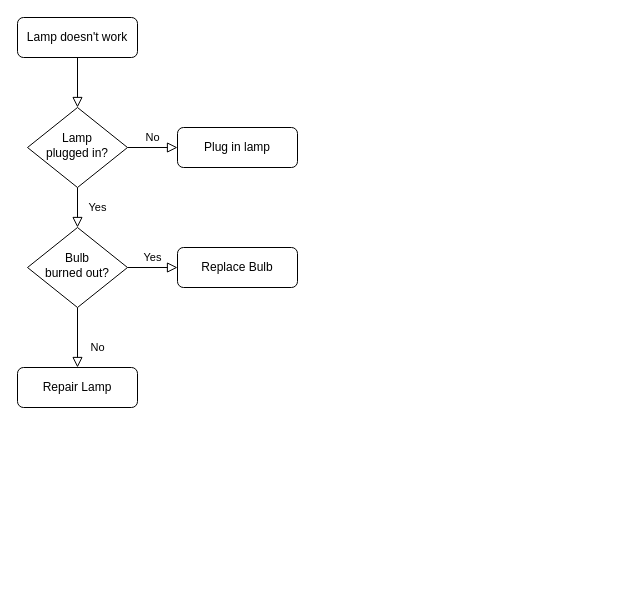
This is MujocoWk1.drawio from CJKurt/LearnMujoco, a draw.io file, before an edit. Source tidied: cells renumbered, new cells numbered last; positions are measured from the earlier drawing's top-left corner, leaving out a move shared by most shapes. Both pictures are drawn from the tidied source at 100%, with x=0, y=0 at pixel (17, 17).
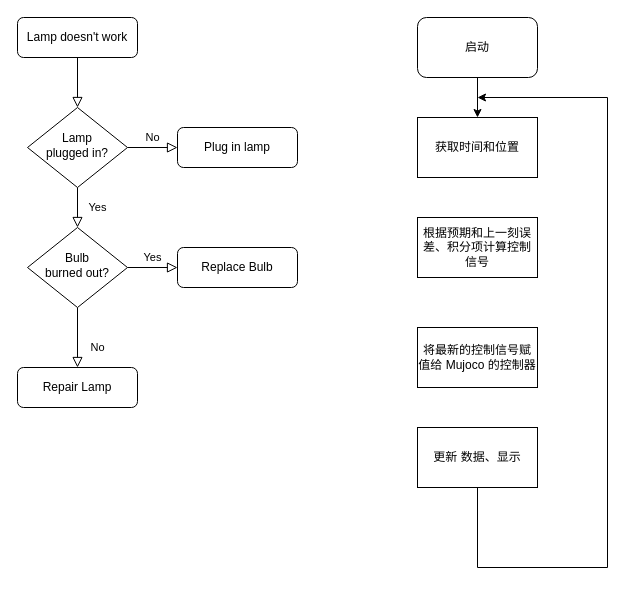
After the change.

Change to the diagram source:
```diff
@@
+    <mxCell id="13" value="获取时间和位置" style="rounded=0;whiteSpace=wrap;html=1;" parent="1" vertex="1">
+      <mxGeometry x="400" y="100" width="120" height="60" as="geometry" />
+    </mxCell>
+    <mxCell id="14" value="根据预期和上一刻误差、积分项计算控制信号" style="rounded=0;whiteSpace=wrap;html=1;" parent="1" vertex="1">
+      <mxGeometry x="400" y="200" width="120" height="60" as="geometry" />
+    </mxCell>
+    <mxCell id="15" value="将最新的控制信号赋值给 Mujoco 的控制器" style="rounded=0;whiteSpace=wrap;html=1;" parent="1" vertex="1">
+      <mxGeometry x="400" y="310" width="120" height="60" as="geometry" />
+    </mxCell>
+    <mxCell id="16" value="更新 数据、显示" style="rounded=0;whiteSpace=wrap;html=1;" parent="1" vertex="1">
+      <mxGeometry x="400" y="410" width="120" height="60" as="geometry" />
+    </mxCell>
+    <mxCell id="17" style="edgeStyle=orthogonalEdgeStyle;rounded=0;jettySize=auto;html=1;exitX=0.5;exitY=1;exitDx=0;exitDy=0;entryX=0.5;entryY=0;entryDx=0;entryDy=0;" parent="1" edge="1" source="18" target="13">
+      <mxGeometry relative="1" as="geometry" />
+    </mxCell>
+    <mxCell id="18" value="启动" style="rounded=1;whiteSpace=wrap;html=1;" parent="1" vertex="1">
+      <mxGeometry x="400" width="120" height="60" as="geometry" />
+    </mxCell>
+    <mxCell id="19" style="endArrow=classic;html=1;rounded=0;exitX=0.5;exitY=1;exitDx=0;exitDy=0;" parent="1" edge="1" source="16">
+      <mxGeometry relative="1" as="geometry">
+        <mxPoint x="460" y="80" as="targetPoint" />
+        <Array as="points">
+          <mxPoint x="460" y="550" />
+          <mxPoint x="590" y="550" />
+          <mxPoint x="590" y="80" />
+        </Array>
+      </mxGeometry>
+    </mxCell>
```
